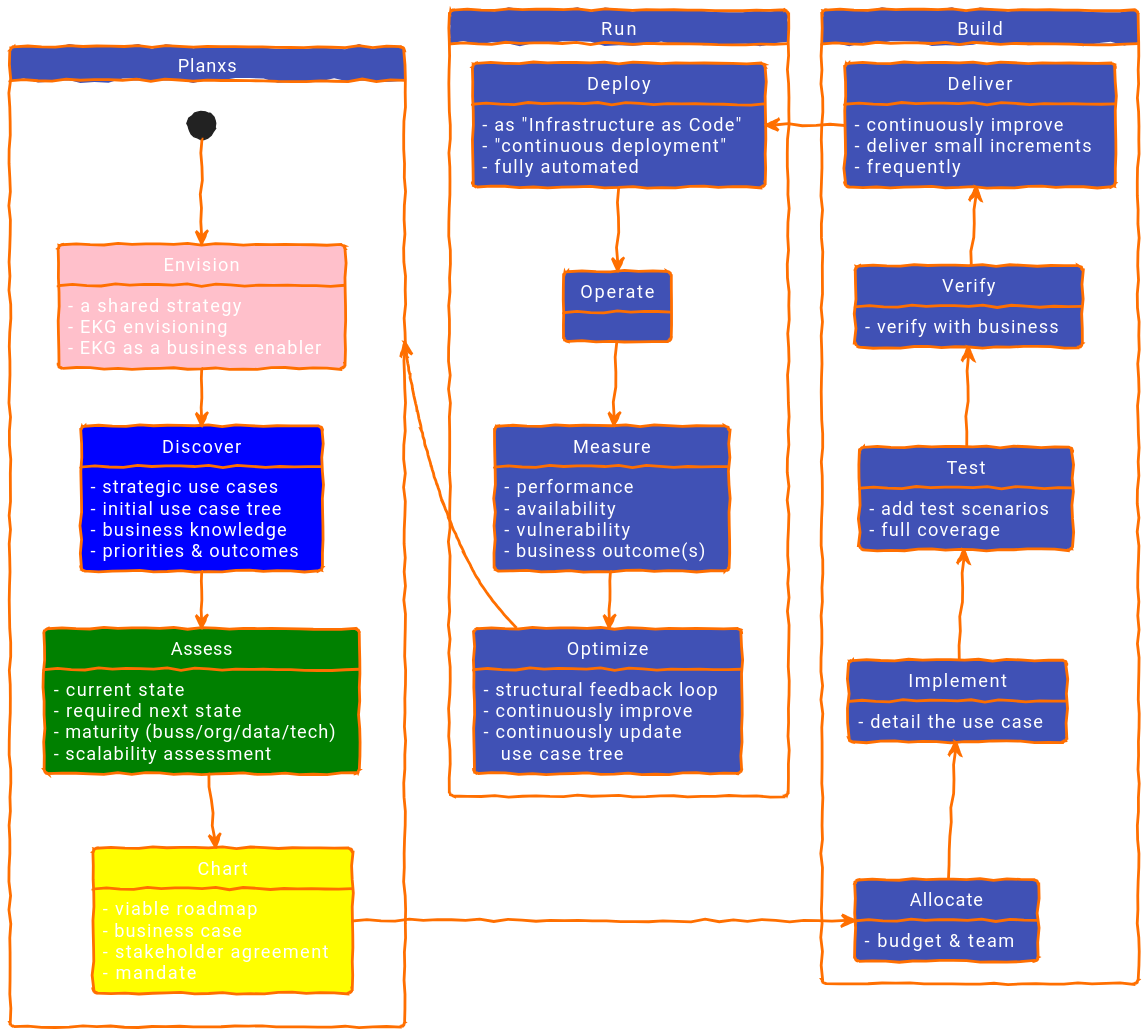
Before: diagrams/out/uctm-process_dark.svg, a diagram exported from PlantUML (EKGF/ekg-method). The source it was exported from:
```plantuml
@startuml
!option handwritten false

!option handwritten true
!define BG_MAIN_COLOR      #4051b5
!define BG_SECONDARY_COLOR #4051b5
!define BG_PACKAGE_COLOR   #4051b5
!define BORDER_COLOR       #ff6f00
!define FONT_COLOR         #ffffff
!define ARROW_COLOR        #ff6f00

skinparam backgroundColor transparent

skinparam Padding 2
skinparam RoundCorner 6
skinparam Shadowing false
skinparam HyperlinkUnderline true
skinparam HyperlinkColor #ff6f00
skinparam ranksep 40
skinparam nodesep 30

skinparam Default {
FontName "Roboto"
FontColor FONT_COLOR
FontSize 13
}

skinparam Arrow {
Color ARROW_COLOR
FontColor #ffffff
FontStyle normal
Thickness 2
}

skinparam class {
BackgroundColor BG_MAIN_COLOR
BorderColor BORDER_COLOR
BorderThickness 2
FontColor FONT_COLOR
AttributeFontColor FONT_COLOR
ArrowColor ARROW_COLOR
ArrowThickness 2
}

skinparam package {
FontColor FONT_COLOR
BackgroundColor BG_MAIN_COLOR
BorderColor BORDER_COLOR
}

skinparam state {
BackgroundColor BG_MAIN_COLOR
FontColor FONT_COLOR
AttributeFontColor FONT_COLOR
ArrowColor ARROW_COLOR
BorderColor BORDER_COLOR
BorderThickness 2
StartColor #ffffff
EndColor #ffffff
}

skinparam StateStartColor #ffffff
skinparam StateEndColor #ffffff
skinparam StateStartBackgroundColor #ffffff
skinparam StateEndBackgroundColor #ffffff
skinparam StateStartBorderColor #ffffff
skinparam StateEndBorderColor #ffffff
skinparam StateStartFillColor #ffffff
skinparam StateEndFillColor #ffffff


state Planxs {

[*] -down-> Envision #pink

Envision -down-> Discover #blue
Discover -down-> Assess #green
Assess -down-> Chart #yellow

Envision: - a shared strategy
Envision: - EKG envisioning
Envision: - EKG as a business enabler

Discover: - strategic use cases
Discover: - initial use case tree
Discover: - business knowledge
Discover: - priorities & outcomes

Assess: - current state
Assess: - required next state
Assess: - maturity (buss/org/data/tech)
Assess: - scalability assessment

Chart: - viable roadmap
Chart: - business case
Chart: - stakeholder agreement
Chart: - mandate
}

state Build {
Chart -> Allocate: handover to\ndelivery manager

Allocate -up-> Implement

Implement -up-> Test
Test -up-> Verify
Verify -up-> Deliver

Allocate: - budget & team

Implement: - detail the use case

Test: - add test scenarios
Test: - full coverage

Verify: - verify with business

Deliver: - continuously improve
Deliver: - deliver small increments
Deliver: - frequently
}

state Run {
Deliver -right-> Deploy
Deploy -down-> Operate
Operate -down-> Measure
Measure -down-> Optimize

Deploy: - as "Infrastructure as Code"
Deploy: - "continuous deployment"
Deploy: - fully automated

Measure: - performance
Measure: - availability
Measure: - vulnerability
Measure: - business outcome(s)

Optimize: - structural feedback loop
Optimize: - continuously improve
Optimize: - continuously update\n   use case tree
}

Optimize --up--> Planxs
@enduml
```
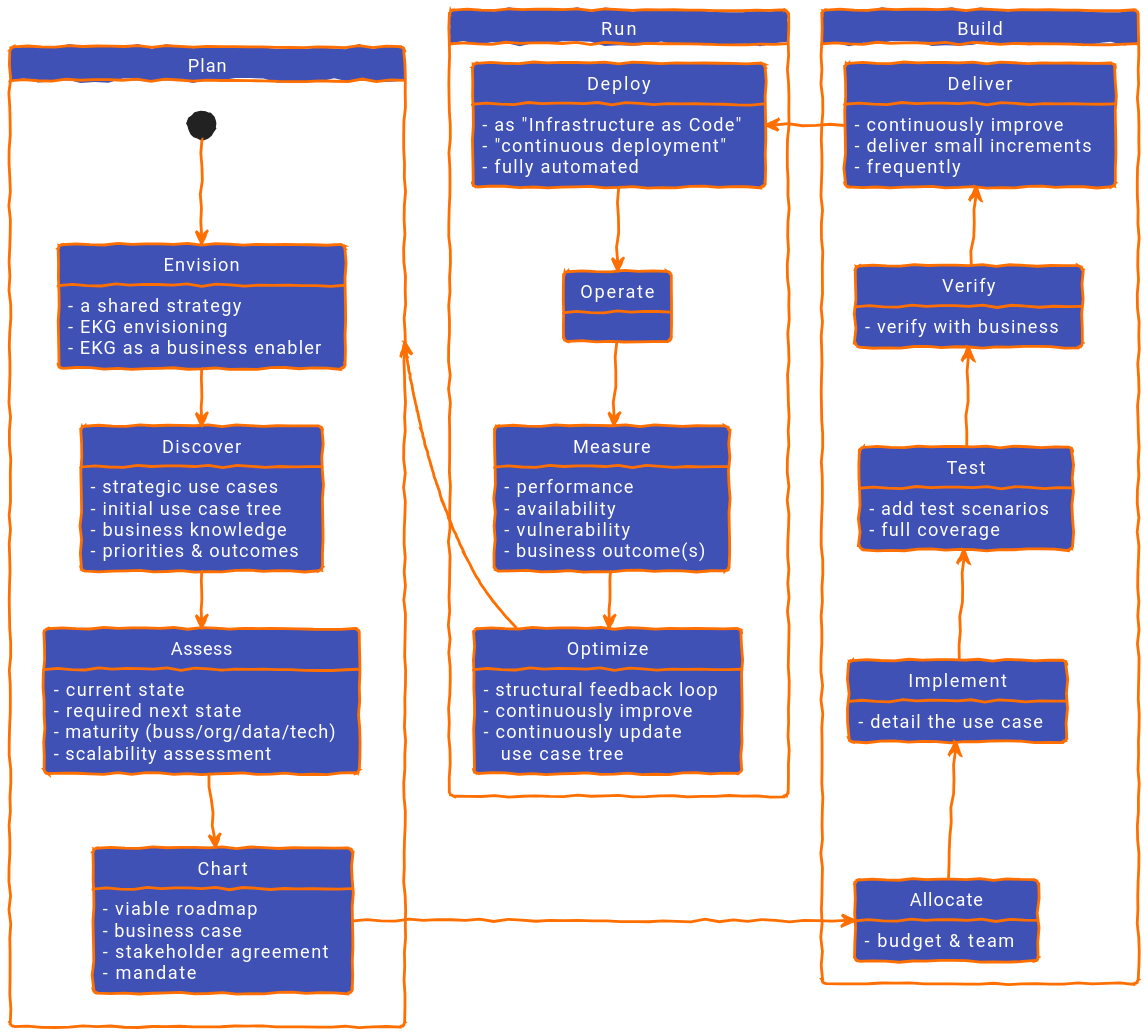
After the change.

Diff of the diagram source:
```diff
@@ -69,13 +69,16 @@
 skinparam StateEndFillColor #ffffff
 
 
-state Planxs {
+skinparam noteFontColor #000000
 
-[*] -down-> Envision #pink
 
-Envision -down-> Discover #blue
-Discover -down-> Assess #green
-Assess -down-> Chart #yellow
+state Plan {
+
+[*] -down-> Envision
+
+Envision -down-> Discover
+Discover -down-> Assess
+Assess -down-> Chart
 
 Envision: - a shared strategy
 Envision: - EKG envisioning
@@ -140,5 +143,5 @@
 Optimize: - continuously update\n   use case tree
 }
 
-Optimize --up--> Planxs
+Optimize --up--> Plan
 @enduml
```
